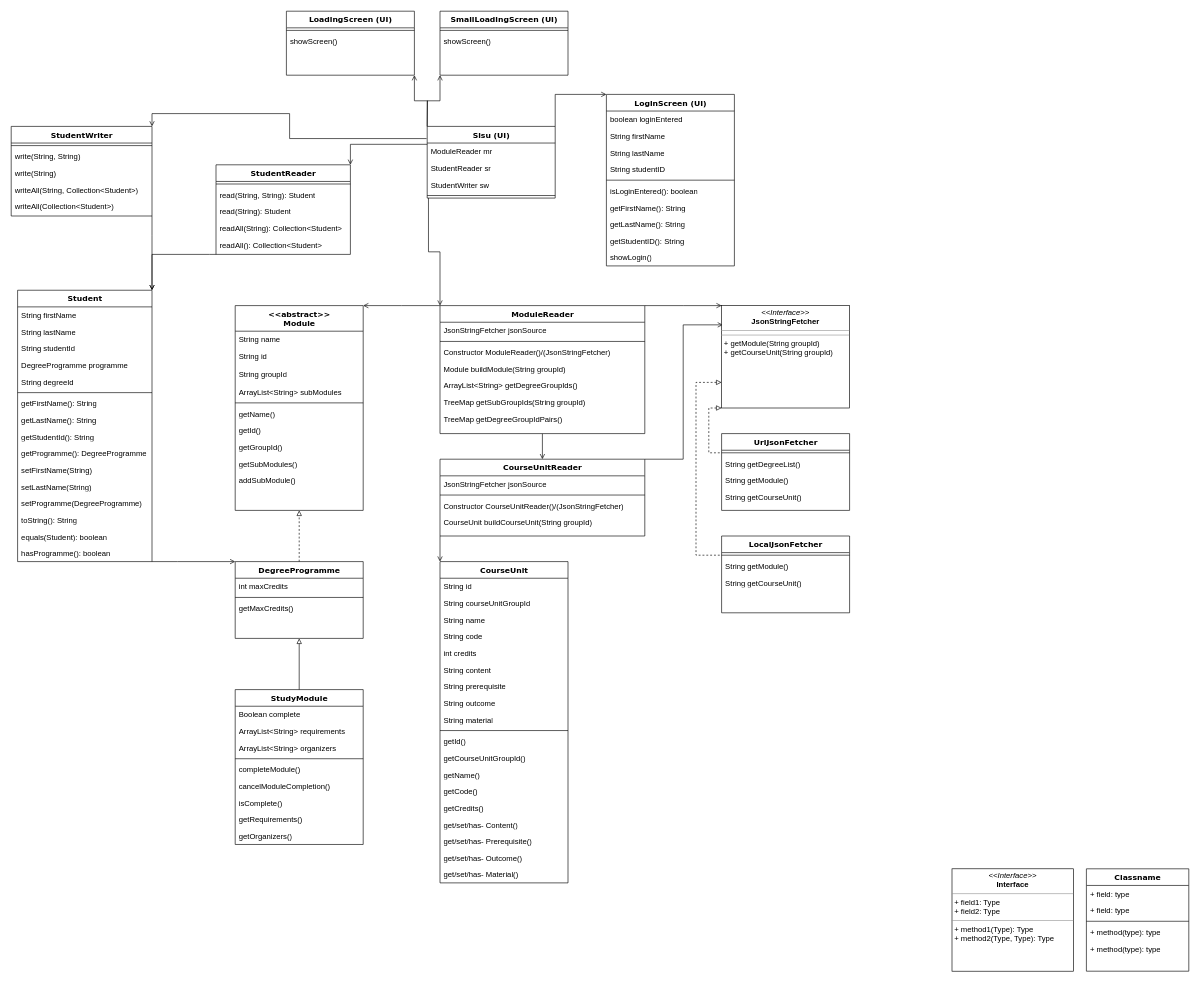
hasub0b/BetterSisu keeps this draw.io diagram as ClassDiagram.drawio. Above is the earlier version. Source tidied: cells renumbered, new cells numbered last; positions are measured from the earlier drawing's top-left corner, leaving out a move shared by most shapes. Both pictures are drawn from the tidied source at 64%, with x=0, y=0 at pixel (11, 11).
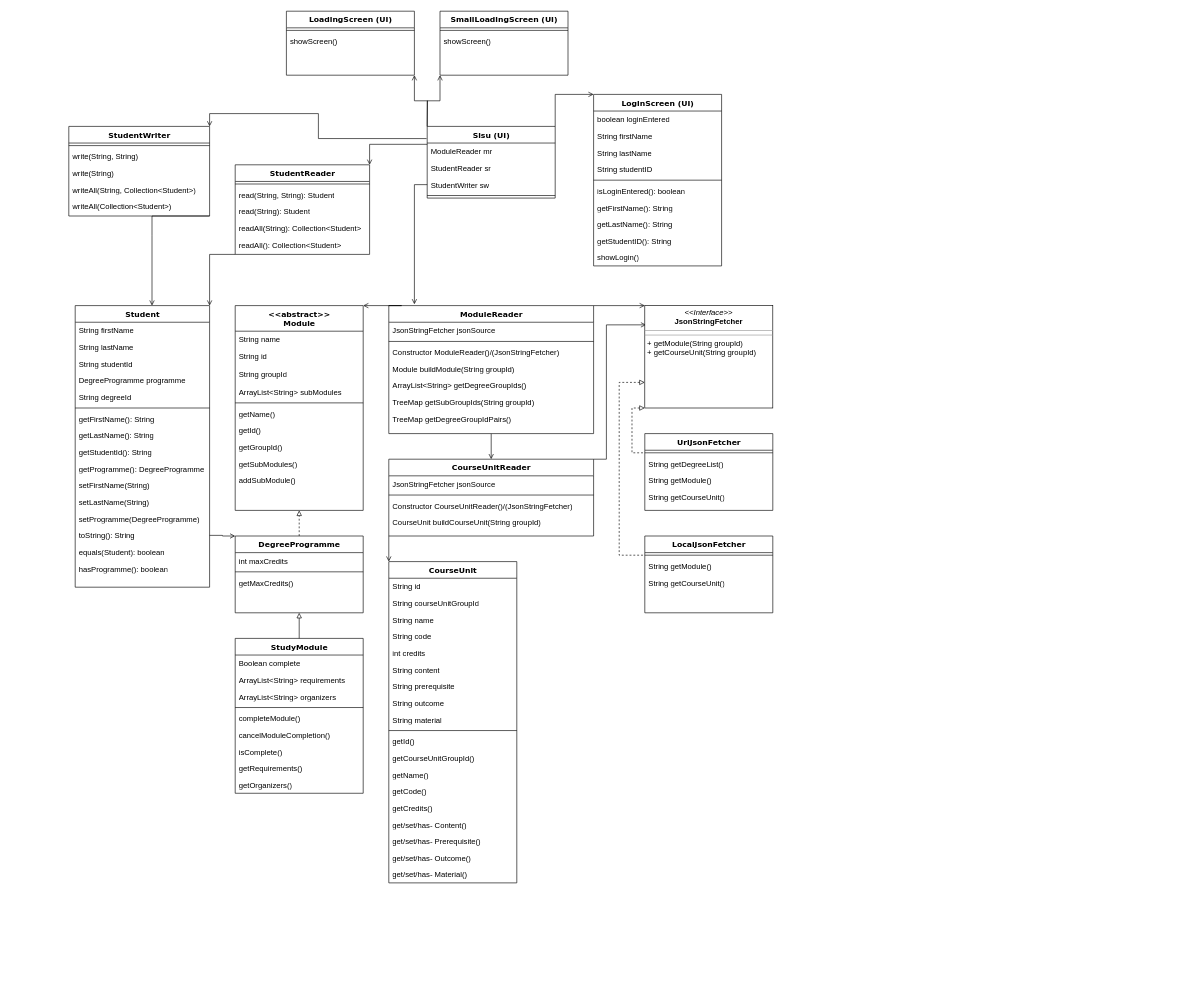
Above is the later version.

Commit message:
condense class diagram

Unchanged cells that the change refers to:
```xml
<mxCell id="90" value="StudentWriter sw" style="text;html=1;strokeColor=none;fillColor=none;align=left;verticalAlign=top;spacingLeft=4;spacingRight=4;whiteSpace=wrap;overflow=hidden;points=[[0,0.5],[1,0.5]];portConstraint=eastwest;" parent="87" vertex="1">
  <mxGeometry y="78" width="200" height="26" as="geometry" />
</mxCell>
<mxCell id="91" style="line;html=1;strokeWidth=1;fillColor=none;align=left;verticalAlign=middle;spacingTop=-1;spacingLeft=3;spacingRight=3;labelPosition=right;points=[];portConstraint=eastwest;" parent="87" vertex="1">
  <mxGeometry y="104" width="200" height="8" as="geometry" />
</mxCell>
<mxCell id="106" value="toString(): String" style="text;html=1;strokeColor=none;fillColor=none;align=left;verticalAlign=top;spacingLeft=4;spacingRight=4;whiteSpace=wrap;overflow=hidden;points=[[0,0.5],[1,0.5]];portConstraint=eastwest;" parent="92" vertex="1">
  <mxGeometry y="346" width="210" height="26" as="geometry" />
</mxCell>
```

Diff of the diagram source:
```diff
@@
-    <mxCell id="2" value="Classname" style="swimlane;html=1;fontStyle=1;align=center;verticalAlign=top;horizontal=1;startSize=26;swimlaneFillColor=#ffffff;rounded=0;shadow=0;comic=0;labelBackgroundColor=none;strokeWidth=1;fillColor=none;fontFamily=Verdana;fontSize=12;" parent="1" vertex="1">
-      <mxGeometry x="1680" y="1340" width="160" height="160" as="geometry" />
-    </mxCell>
-    <mxCell id="3" value="+ field: type" style="text;html=1;strokeColor=none;fillColor=none;align=left;verticalAlign=top;spacingLeft=4;spacingRight=4;whiteSpace=wrap;overflow=hidden;" parent="2" vertex="1">
-      <mxGeometry y="26" width="160" height="26" as="geometry" />
-    </mxCell>
-    <mxCell id="4" value="+ field: type" style="text;html=1;strokeColor=none;fillColor=none;align=left;verticalAlign=top;spacingLeft=4;spacingRight=4;whiteSpace=wrap;overflow=hidden;" parent="2" vertex="1">
-      <mxGeometry y="52" width="160" height="26" as="geometry" />
-    </mxCell>
-    <mxCell id="5" style="line;html=1;strokeWidth=1;fillColor=none;align=left;verticalAlign=middle;spacingTop=-1;spacingLeft=3;spacingRight=3;labelPosition=right;" parent="2" vertex="1">
-      <mxGeometry y="78" width="160" height="8" as="geometry" />
-    </mxCell>
-    <mxCell id="6" value="+ method(type): type" style="text;html=1;strokeColor=none;fillColor=none;align=left;verticalAlign=top;spacingLeft=4;spacingRight=4;whiteSpace=wrap;overflow=hidden;" parent="2" vertex="1">
-      <mxGeometry y="86" width="160" height="26" as="geometry" />
-    </mxCell>
-    <mxCell id="7" value="+ method(type): type" style="text;html=1;strokeColor=none;fillColor=none;align=left;verticalAlign=top;spacingLeft=4;spacingRight=4;whiteSpace=wrap;overflow=hidden;" parent="2" vertex="1">
-      <mxGeometry y="112" width="160" height="26" as="geometry" />
-    </mxCell>
-    <mxCell id="8" value="&lt;p style=&quot;margin:0px;margin-top:4px;text-align:center;&quot;&gt;&lt;i&gt;&amp;lt;&amp;lt;Interface&amp;gt;&amp;gt;&lt;/i&gt;&lt;br/&gt;&lt;b&gt;Interface&lt;/b&gt;&lt;/p&gt;&lt;hr size=&quot;1&quot;/&gt;&lt;p style=&quot;margin:0px;margin-left:4px;&quot;&gt;+ field1: Type&lt;br/&gt;+ field2: Type&lt;/p&gt;&lt;hr size=&quot;1&quot;/&gt;&lt;p style=&quot;margin:0px;margin-left:4px;&quot;&gt;+ method1(Type): Type&lt;br/&gt;+ method2(Type, Type): Type&lt;/p&gt;" style="verticalAlign=top;align=left;overflow=fill;fontSize=12;fontFamily=Helvetica;html=1;rounded=0;shadow=0;comic=0;labelBackgroundColor=none;strokeWidth=1;" parent="1" vertex="1">
-      <mxGeometry x="1470" y="1340" width="190" height="160" as="geometry" />
-    </mxCell>
@@
     <mxCell id="21" value="DegreeProgramme" style="swimlane;html=1;fontStyle=1;align=center;verticalAlign=top;horizontal=1;startSize=26;swimlaneFillColor=#ffffff;rounded=0;shadow=0;comic=0;labelBackgroundColor=none;strokeWidth=1;fillColor=none;fontFamily=Verdana;fontSize=12;" parent="1" vertex="1">
-      <mxGeometry x="350" y="860" width="200" height="120" as="geometry" />
+      <mxGeometry x="350" y="820" width="200" height="120" as="geometry" />
     </mxCell>
@@
     <mxCell id="26" value="StudyModule" style="swimlane;html=1;fontStyle=1;align=center;verticalAlign=top;horizontal=1;startSize=26;swimlaneFillColor=#ffffff;rounded=0;shadow=0;comic=0;labelBackgroundColor=none;strokeWidth=1;fillColor=none;fontFamily=Verdana;fontSize=12;" parent="1" vertex="1">
-      <mxGeometry x="350" y="1060" width="200" height="242" as="geometry" />
+      <mxGeometry x="350" y="980" width="200" height="242" as="geometry" />
     </mxCell>
@@
     <mxCell id="36" value="CourseUnit" style="swimlane;html=1;fontStyle=1;align=center;verticalAlign=top;horizontal=1;startSize=26;swimlaneFillColor=#ffffff;rounded=0;shadow=0;comic=0;labelBackgroundColor=none;strokeWidth=1;fillColor=none;fontFamily=Verdana;fontSize=12;" parent="1" vertex="1">
-      <mxGeometry x="670" y="860" width="200" height="502" as="geometry" />
+      <mxGeometry x="590" y="860" width="200" height="502" as="geometry" />
     </mxCell>
@@
     <mxCell id="56" style="edgeStyle=orthogonalEdgeStyle;rounded=0;jettySize=auto;html=1;exitX=1;exitY=0;exitDx=0;exitDy=0;endArrow=open;endFill=0;entryX=0.01;entryY=0.188;entryDx=0;entryDy=0;entryPerimeter=0;" parent="1" edge="1" source="58" target="81">
       <mxGeometry relative="1" as="geometry">
         <Array as="points">
-          <mxPoint x="1050" y="700" />
-          <mxPoint x="1050" y="490" />
+          <mxPoint x="930" y="700" />
+          <mxPoint x="930" y="490" />
         </Array>
       </mxGeometry>
     </mxCell>
@@
     <mxCell id="58" value="&lt;div&gt;CourseUnitReader&lt;/div&gt;" style="swimlane;html=1;fontStyle=1;align=center;verticalAlign=top;horizontal=1;startSize=26;swimlaneFillColor=#ffffff;rounded=0;shadow=0;comic=0;labelBackgroundColor=none;strokeWidth=1;fillColor=none;fontFamily=Verdana;fontSize=12;" parent="1" vertex="1">
-      <mxGeometry x="670" y="700" width="320" height="120" as="geometry" />
+      <mxGeometry x="590" y="700" width="320" height="120" as="geometry" />
     </mxCell>
@@
     <mxCell id="64" style="edgeStyle=orthogonalEdgeStyle;rounded=0;jettySize=auto;html=1;exitX=1;exitY=0;exitDx=0;exitDy=0;entryX=0;entryY=0;entryDx=0;entryDy=0;endArrow=open;endFill=0;" parent="1" edge="1" source="67" target="81">
       <mxGeometry relative="1" as="geometry">
         <Array as="points">
-          <mxPoint x="1050" y="460" />
-          <mxPoint x="1050" y="460" />
+          <mxPoint x="970" y="460" />
+          <mxPoint x="970" y="460" />
         </Array>
       </mxGeometry>
     </mxCell>
@@
-    <mxCell id="66" style="edgeStyle=orthogonalEdgeStyle;shape=connector;rounded=0;jettySize=auto;html=1;exitX=0;exitY=0;exitDx=0;exitDy=0;entryX=0.01;entryY=0.875;entryDx=0;entryDy=0;entryPerimeter=0;labelBackgroundColor=default;fontFamily=Helvetica;fontSize=11;fontColor=default;endArrow=none;endFill=0;strokeColor=default;startArrow=open;startFill=0;" parent="1" edge="1" source="67" target="91">
-      <mxGeometry relative="1" as="geometry" />
-    </mxCell>
     <mxCell id="67" value="&lt;div&gt;ModuleReader&lt;/div&gt;" style="swimlane;html=1;fontStyle=1;align=center;verticalAlign=top;horizontal=1;startSize=26;swimlaneFillColor=#ffffff;rounded=0;shadow=0;comic=0;labelBackgroundColor=none;strokeWidth=1;fillColor=none;fontFamily=Verdana;fontSize=12;" parent="1" vertex="1">
-      <mxGeometry x="670" y="460" width="320" height="200" as="geometry" />
+      <mxGeometry x="590" y="460" width="320" height="200" as="geometry" />
     </mxCell>
@@
     <mxCell id="75" value="LocalJsonFetcher" style="swimlane;html=1;fontStyle=1;align=center;verticalAlign=top;horizontal=1;startSize=26;swimlaneFillColor=#ffffff;rounded=0;shadow=0;comic=0;labelBackgroundColor=none;strokeWidth=1;fillColor=none;fontFamily=Verdana;fontSize=12;" parent="1" vertex="1">
-      <mxGeometry x="1110" y="820" width="200" height="120" as="geometry" />
+      <mxGeometry x="990" y="820" width="200" height="120" as="geometry" />
     </mxCell>
@@
     <mxCell id="79" style="edgeStyle=orthogonalEdgeStyle;rounded=0;jettySize=auto;html=1;exitX=0;exitY=0.75;exitDx=0;exitDy=0;entryX=0;entryY=0.25;entryDx=0;entryDy=0;startArrow=block;startFill=0;endArrow=none;endFill=0;dashed=1;" parent="1" edge="1" source="81" target="75">
       <mxGeometry relative="1" as="geometry">
         <Array as="points">
-          <mxPoint x="1070" y="580" />
-          <mxPoint x="1070" y="850" />
+          <mxPoint x="950" y="580" />
+          <mxPoint x="950" y="850" />
         </Array>
       </mxGeometry>
     </mxCell>
     <mxCell id="80" style="edgeStyle=orthogonalEdgeStyle;rounded=0;jettySize=auto;html=1;exitX=0;exitY=1;exitDx=0;exitDy=0;entryX=0;entryY=0.25;entryDx=0;entryDy=0;startArrow=block;startFill=0;endArrow=none;endFill=0;dashed=1;" parent="1" edge="1" source="81" target="82">
       <mxGeometry relative="1" as="geometry">
         <Array as="points">
-          <mxPoint x="1090" y="620" />
-          <mxPoint x="1090" y="690" />
+          <mxPoint x="970" y="620" />
+          <mxPoint x="970" y="690" />
         </Array>
       </mxGeometry>
     </mxCell>
     <mxCell id="81" value="&lt;p style=&quot;margin: 0px ; margin-top: 4px ; text-align: center&quot;&gt;&lt;i&gt;&amp;lt;&amp;lt;Interface&amp;gt;&amp;gt;&lt;/i&gt;&lt;br&gt;&lt;b&gt;JsonStringFetcher&lt;/b&gt;&lt;br&gt;&lt;/p&gt;&lt;hr size=&quot;1&quot;&gt;&lt;hr size=&quot;1&quot;&gt;&lt;p style=&quot;margin: 0px ; margin-left: 4px&quot;&gt;+ getModule(String groupId)&lt;br&gt;+ getCourseUnit(String groupId)&lt;br&gt;&lt;/p&gt;" style="verticalAlign=top;align=left;overflow=fill;fontSize=12;fontFamily=Helvetica;html=1;rounded=0;shadow=0;comic=0;labelBackgroundColor=none;strokeWidth=1;" parent="1" vertex="1">
-      <mxGeometry x="1110" y="460" width="200" height="160" as="geometry" />
+      <mxGeometry x="990" y="460" width="200" height="160" as="geometry" />
     </mxCell>
     <mxCell id="82" value="UrlJsonFetcher" style="swimlane;html=1;fontStyle=1;align=center;verticalAlign=top;horizontal=1;startSize=26;swimlaneFillColor=#ffffff;rounded=0;shadow=0;comic=0;labelBackgroundColor=none;strokeWidth=1;fillColor=none;fontFamily=Verdana;fontSize=12;" parent="1" vertex="1">
-      <mxGeometry x="1110" y="660" width="200" height="120" as="geometry" />
+      <mxGeometry x="990" y="660" width="200" height="120" as="geometry" />
     </mxCell>
@@
     <mxCell id="92" value="Student" style="swimlane;html=1;fontStyle=1;align=center;verticalAlign=top;horizontal=1;startSize=26;swimlaneFillColor=#ffffff;rounded=0;shadow=0;comic=0;labelBackgroundColor=none;strokeWidth=1;fillColor=none;fontFamily=Verdana;fontSize=12;" parent="1" vertex="1">
-      <mxGeometry x="10" y="436" width="210" height="424" as="geometry" />
+      <mxGeometry x="100" y="460" width="210" height="440" as="geometry" />
     </mxCell>
@@
-    <mxCell id="109" style="edgeStyle=orthogonalEdgeStyle;rounded=0;jettySize=auto;html=1;entryX=0;entryY=0;entryDx=0;entryDy=0;endArrow=open;endFill=0;" parent="1" edge="1" target="21">
-      <mxGeometry relative="1" as="geometry">
-        <mxPoint x="220" y="860" as="sourcePoint" />
-        <Array as="points">
-          <mxPoint x="260" y="860" />
-          <mxPoint x="260" y="860" />
-        </Array>
-      </mxGeometry>
-    </mxCell>
@@
     <mxCell id="111" value="StudentReader" style="swimlane;html=1;fontStyle=1;align=center;verticalAlign=top;horizontal=1;startSize=26;swimlaneFillColor=#ffffff;rounded=0;shadow=0;comic=0;labelBackgroundColor=none;strokeWidth=1;fillColor=none;fontFamily=Verdana;fontSize=12;" parent="1" vertex="1">
-      <mxGeometry x="320" y="240" width="210" height="140" as="geometry" />
+      <mxGeometry x="350" y="240" width="210" height="140" as="geometry" />
     </mxCell>
@@
     <mxCell id="118" value="StudentWriter" style="swimlane;html=1;fontStyle=1;align=center;verticalAlign=top;horizontal=1;startSize=26;swimlaneFillColor=#ffffff;rounded=0;shadow=0;comic=0;labelBackgroundColor=none;strokeWidth=1;fillColor=none;fontFamily=Verdana;fontSize=12;" parent="1" vertex="1">
-      <mxGeometry y="180" width="220" height="140" as="geometry" />
+      <mxGeometry x="90" y="180" width="220" height="140" as="geometry" />
     </mxCell>
@@
-    <mxCell id="124" style="edgeStyle=orthogonalEdgeStyle;rounded=0;jettySize=auto;html=1;entryX=1;entryY=0;entryDx=0;entryDy=0;endArrow=open;endFill=0;exitX=1;exitY=1;exitDx=0;exitDy=0;" parent="1" edge="1" source="118" target="92">
+    <mxCell id="124" style="edgeStyle=orthogonalEdgeStyle;rounded=0;jettySize=auto;html=1;endArrow=open;endFill=0;exitX=1;exitY=1;exitDx=0;exitDy=0;" parent="1" edge="1" source="118">
       <mxGeometry relative="1" as="geometry">
+        <mxPoint x="220" y="460" as="targetPoint" />
         <Array as="points">
           <mxPoint x="220" y="350" />
           <mxPoint x="220" y="350" />
         </Array>
       </mxGeometry>
     </mxCell>
@@
     <mxCell id="135" value="LoginScreen (UI)" style="swimlane;html=1;fontStyle=1;align=center;verticalAlign=top;horizontal=1;startSize=26;swimlaneFillColor=#ffffff;rounded=0;shadow=0;comic=0;labelBackgroundColor=none;strokeWidth=1;fillColor=none;fontFamily=Verdana;fontSize=12;" parent="1" vertex="1">
-      <mxGeometry x="930" y="130" width="200" height="268" as="geometry" />
+      <mxGeometry x="910" y="130" width="200" height="268" as="geometry" />
     </mxCell>
@@
+    <mxCell id="146" style="edgeStyle=orthogonalEdgeStyle;rounded=0;jettySize=auto;html=1;exitX=1;exitY=0.5;exitDx=0;exitDy=0;entryX=0;entryY=0;entryDx=0;entryDy=0;startArrow=none;startFill=0;endArrow=open;endFill=0;" parent="1" edge="1" source="106" target="21">
+      <mxGeometry relative="1" as="geometry">
+        <Array as="points">
+          <mxPoint x="330" y="819" />
+          <mxPoint x="330" y="820" />
+        </Array>
+      </mxGeometry>
+    </mxCell>
+    <mxCell id="147" style="edgeStyle=orthogonalEdgeStyle;rounded=0;jettySize=auto;html=1;exitX=0;exitY=0.5;exitDx=0;exitDy=0;entryX=0.125;entryY=-0.01;entryDx=0;entryDy=0;entryPerimeter=0;startArrow=none;startFill=0;endArrow=open;endFill=0;" parent="1" edge="1" source="90" target="67">
+      <mxGeometry relative="1" as="geometry" />
+    </mxCell>
```
